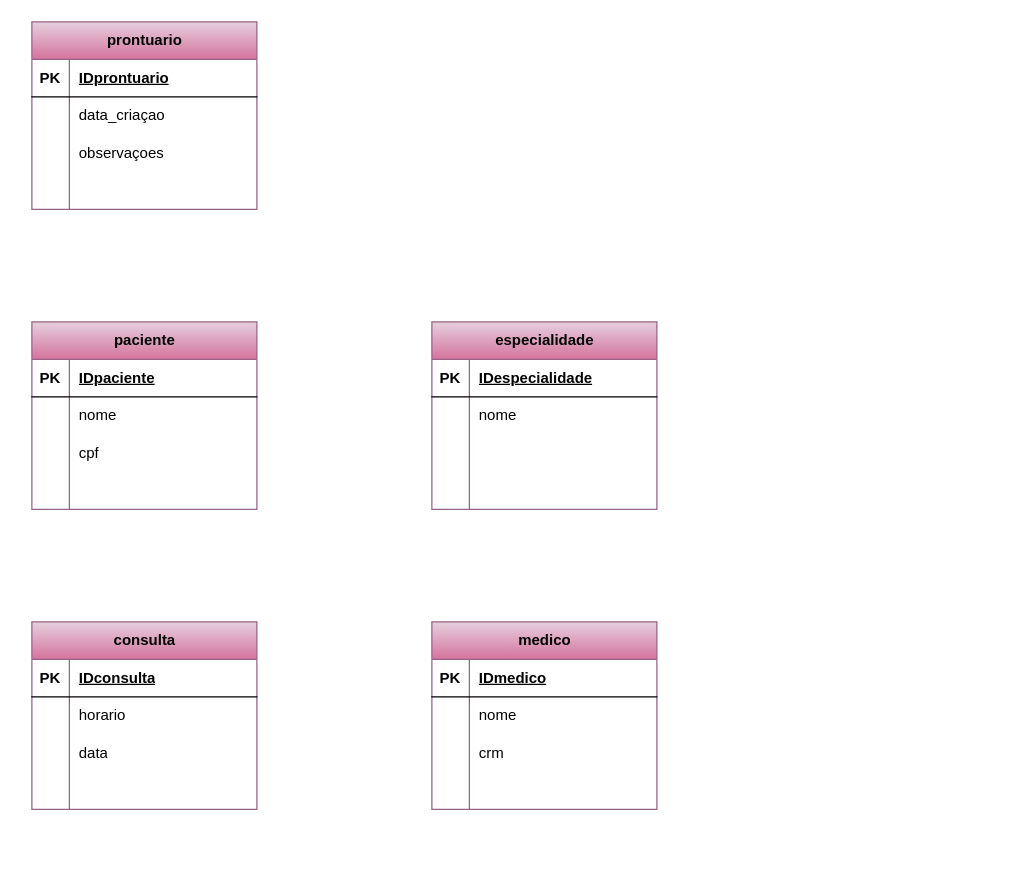
gigifggbgv/3d.bd keeps this draw.io diagram as der3b.drawio. Above is the earlier version. Source tidied: cells renumbered, new cells numbered last; positions are measured from the earlier drawing's top-left corner, leaving out a move shared by most shapes. Both pictures are drawn from the tidied source at 125%, with x=0, y=0 at pixel (31, 21).
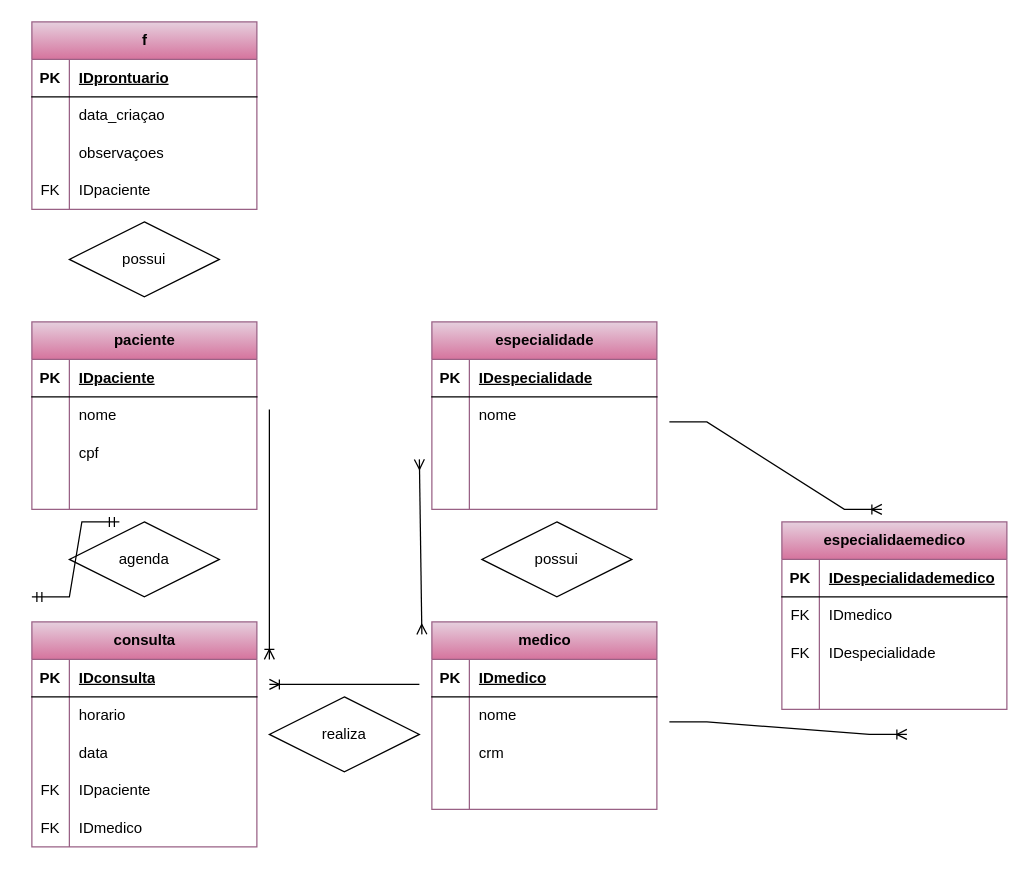
The same page after the edit.

Unchanged cells that the change refers to:
```xml
<mxCell id="12" style="shape=tableRow;horizontal=0;startSize=0;swimlaneHead=0;swimlaneBody=0;fillColor=none;top=0;left=0;right=0;bottom=0;" parent="2" vertex="1">
  <mxGeometry y="120" width="180" height="30" as="geometry" />
</mxCell>
<mxCell id="38" style="shape=tableRow;horizontal=0;startSize=0;swimlaneHead=0;swimlaneBody=0;fillColor=none;top=0;left=0;right=0;bottom=0;" parent="28" vertex="1">
  <mxGeometry y="120" width="180" height="30" as="geometry" />
</mxCell>
```

Change to the diagram source:
```diff
@@
-    <mxCell id="2" value="prontuario" style="shape=table;startSize=30;childLayout=tableLayout;rowLines=0;fontStyle=1;align=center;html=1;fillColor=#e6d0de;gradientColor=#d5739d;strokeColor=#996185;" parent="1" vertex="1">
+    <mxCell id="2" value="f" style="shape=table;startSize=30;childLayout=tableLayout;rowLines=0;fontStyle=1;align=center;html=1;fillColor=#e6d0de;gradientColor=#d5739d;strokeColor=#996185;" parent="1" vertex="1">
       <mxGeometry width="180" height="150" as="geometry" />
     </mxCell>
@@
-    <mxCell id="13" style="shape=partialRectangle;fillColor=none;top=0;left=0;bottom=0;right=0;overflow=hidden;whiteSpace=wrap;html=1;" parent="12" vertex="1">
+    <mxCell id="13" value="FK" style="shape=partialRectangle;fillColor=none;top=0;left=0;bottom=0;right=0;overflow=hidden;whiteSpace=wrap;html=1;" parent="12" vertex="1">
       <mxGeometry width="30" height="30" as="geometry" />
     </mxCell>
-    <mxCell id="14" style="shape=partialRectangle;fillColor=none;top=0;left=0;bottom=0;right=0;align=left;spacingLeft=6;overflow=hidden;whiteSpace=wrap;html=1;" parent="12" vertex="1">
+    <mxCell id="14" value="IDpaciente" style="shape=partialRectangle;fillColor=none;top=0;left=0;bottom=0;right=0;align=left;spacingLeft=6;overflow=hidden;whiteSpace=wrap;html=1;" parent="12" vertex="1">
       <mxGeometry x="30" width="150" height="30" as="geometry" />
     </mxCell>
@@
     <mxCell id="28" value="consulta" style="shape=table;startSize=30;childLayout=tableLayout;rowLines=0;fontStyle=1;align=center;html=1;fillColor=#e6d0de;gradientColor=#d5739d;strokeColor=#996185;" parent="1" vertex="1">
-      <mxGeometry y="480" width="180" height="150" as="geometry" />
+      <mxGeometry y="480" width="180" height="180" as="geometry" />
     </mxCell>
@@
-    <mxCell id="39" style="shape=partialRectangle;fillColor=none;top=0;left=0;bottom=0;right=0;overflow=hidden;whiteSpace=wrap;html=1;" parent="38" vertex="1">
+    <mxCell id="39" value="FK" style="shape=partialRectangle;fillColor=none;top=0;left=0;bottom=0;right=0;overflow=hidden;whiteSpace=wrap;html=1;" parent="38" vertex="1">
       <mxGeometry width="30" height="30" as="geometry" />
     </mxCell>
-    <mxCell id="40" style="shape=partialRectangle;fillColor=none;top=0;left=0;bottom=0;right=0;align=left;spacingLeft=6;overflow=hidden;whiteSpace=wrap;html=1;" parent="38" vertex="1">
+    <mxCell id="40" value="IDpaciente" style="shape=partialRectangle;fillColor=none;top=0;left=0;bottom=0;right=0;align=left;spacingLeft=6;overflow=hidden;whiteSpace=wrap;html=1;" parent="38" vertex="1">
       <mxGeometry x="30" width="150" height="30" as="geometry" />
     </mxCell>
+    <mxCell id="67" style="shape=tableRow;horizontal=0;startSize=0;swimlaneHead=0;swimlaneBody=0;fillColor=none;top=0;left=0;right=0;bottom=0;" parent="28" vertex="1">
+      <mxGeometry y="150" width="180" height="30" as="geometry" />
+    </mxCell>
+    <mxCell id="68" value="FK" style="shape=partialRectangle;fillColor=none;top=0;left=0;bottom=0;right=0;overflow=hidden;whiteSpace=wrap;html=1;" parent="67" vertex="1">
+      <mxGeometry width="30" height="30" as="geometry" />
+    </mxCell>
+    <mxCell id="69" value="IDmedico" style="shape=partialRectangle;fillColor=none;top=0;left=0;bottom=0;right=0;align=left;spacingLeft=6;overflow=hidden;whiteSpace=wrap;html=1;" parent="67" vertex="1">
+      <mxGeometry x="30" width="150" height="30" as="geometry" />
+    </mxCell>
@@
+    <mxCell id="70" value="possui" style="shape=rhombus;perimeter=rhombusPerimeter;whiteSpace=wrap;html=1;align=center;" parent="1" vertex="1">
+      <mxGeometry x="30" y="160" width="120" height="60" as="geometry" />
+    </mxCell>
+    <mxCell id="71" value="agenda" style="shape=rhombus;perimeter=rhombusPerimeter;whiteSpace=wrap;html=1;align=center;" parent="1" vertex="1">
+      <mxGeometry x="30" y="400" width="120" height="60" as="geometry" />
+    </mxCell>
+    <mxCell id="72" value="realiza" style="shape=rhombus;perimeter=rhombusPerimeter;whiteSpace=wrap;html=1;align=center;" parent="1" vertex="1">
+      <mxGeometry x="190" y="540" width="120" height="60" as="geometry" />
+    </mxCell>
+    <mxCell id="73" value="possui" style="shape=rhombus;perimeter=rhombusPerimeter;whiteSpace=wrap;html=1;align=center;" parent="1" vertex="1">
+      <mxGeometry x="360" y="400" width="120" height="60" as="geometry" />
+    </mxCell>
+    <mxCell id="74" style="edgeStyle=entityRelationEdgeStyle;fontSize=12;html=1;endArrow=ERmandOne;startArrow=ERmandOne;rounded=0;" parent="1" edge="1">
+      <mxGeometry relative="1" as="geometry">
+        <mxPoint y="460" as="sourcePoint" />
+        <mxPoint x="70" y="400" as="targetPoint" />
+      </mxGeometry>
+    </mxCell>
+    <mxCell id="75" style="fontSize=12;html=1;endArrow=ERoneToMany;rounded=0;edgeStyle=elbowEdgeStyle;elbow=vertical;" parent="1" edge="1">
+      <mxGeometry relative="1" as="geometry">
+        <mxPoint x="190" y="310" as="sourcePoint" />
+        <mxPoint x="190" y="510" as="targetPoint" />
+      </mxGeometry>
+    </mxCell>
+    <mxCell id="76" style="fontSize=12;html=1;endArrow=ERoneToMany;rounded=0;" parent="1" edge="1">
+      <mxGeometry relative="1" as="geometry">
+        <mxPoint x="310" y="530" as="sourcePoint" />
+        <mxPoint x="190" y="530" as="targetPoint" />
+      </mxGeometry>
+    </mxCell>
+    <mxCell id="77" style="fontSize=12;html=1;endArrow=ERmany;startArrow=ERmany;rounded=0;" parent="1" edge="1">
+      <mxGeometry relative="1" as="geometry">
+        <mxPoint x="312" y="490" as="sourcePoint" />
+        <mxPoint x="310" y="350" as="targetPoint" />
+      </mxGeometry>
+    </mxCell>
+    <mxCell id="78" value="especialidaemedico" style="shape=table;startSize=30;childLayout=tableLayout;rowLines=0;fontStyle=1;align=center;html=1;fillColor=#e6d0de;gradientColor=#d5739d;strokeColor=#996185;" parent="1" vertex="1">
+      <mxGeometry x="600" y="400" width="180" height="150" as="geometry" />
+    </mxCell>
+    <mxCell id="79" style="shape=tableRow;horizontal=0;startSize=0;swimlaneHead=0;swimlaneBody=0;fillColor=none;top=0;left=0;right=0;bottom=1;" parent="78" vertex="1">
+      <mxGeometry y="30" width="180" height="30" as="geometry" />
+    </mxCell>
+    <mxCell id="80" value="PK" style="shape=partialRectangle;fillColor=none;top=0;left=0;bottom=0;right=0;fontStyle=1;overflow=hidden;whiteSpace=wrap;html=1;" parent="79" vertex="1">
+      <mxGeometry width="30" height="30" as="geometry" />
+    </mxCell>
+    <mxCell id="81" value="IDespecialidademedico" style="shape=partialRectangle;fillColor=none;top=0;left=0;bottom=0;right=0;align=left;spacingLeft=6;fontStyle=5;overflow=hidden;whiteSpace=wrap;html=1;" parent="79" vertex="1">
+      <mxGeometry x="30" width="150" height="30" as="geometry" />
+    </mxCell>
+    <mxCell id="82" style="shape=tableRow;horizontal=0;startSize=0;swimlaneHead=0;swimlaneBody=0;fillColor=none;top=0;left=0;right=0;bottom=0;" parent="78" vertex="1">
+      <mxGeometry y="60" width="180" height="30" as="geometry" />
+    </mxCell>
+    <mxCell id="83" value="FK" style="shape=partialRectangle;fillColor=none;top=0;left=0;bottom=0;right=0;overflow=hidden;whiteSpace=wrap;html=1;" parent="82" vertex="1">
+      <mxGeometry width="30" height="30" as="geometry" />
+    </mxCell>
+    <mxCell id="84" value="IDmedico" style="shape=partialRectangle;fillColor=none;top=0;left=0;bottom=0;right=0;align=left;spacingLeft=6;overflow=hidden;whiteSpace=wrap;html=1;" parent="82" vertex="1">
+      <mxGeometry x="30" width="150" height="30" as="geometry" />
+    </mxCell>
+    <mxCell id="85" style="shape=tableRow;horizontal=0;startSize=0;swimlaneHead=0;swimlaneBody=0;fillColor=none;top=0;left=0;right=0;bottom=0;" parent="78" vertex="1">
+      <mxGeometry y="90" width="180" height="30" as="geometry" />
+    </mxCell>
+    <mxCell id="86" value="FK" style="shape=partialRectangle;fillColor=none;top=0;left=0;bottom=0;right=0;overflow=hidden;whiteSpace=wrap;html=1;" parent="85" vertex="1">
+      <mxGeometry width="30" height="30" as="geometry" />
+    </mxCell>
+    <mxCell id="87" value="IDespecialidade" style="shape=partialRectangle;fillColor=none;top=0;left=0;bottom=0;right=0;align=left;spacingLeft=6;overflow=hidden;whiteSpace=wrap;html=1;" parent="85" vertex="1">
+      <mxGeometry x="30" width="150" height="30" as="geometry" />
+    </mxCell>
+    <mxCell id="88" style="shape=tableRow;horizontal=0;startSize=0;swimlaneHead=0;swimlaneBody=0;fillColor=none;top=0;left=0;right=0;bottom=0;" parent="78" vertex="1">
+      <mxGeometry y="120" width="180" height="30" as="geometry" />
+    </mxCell>
+    <mxCell id="89" style="shape=partialRectangle;fillColor=none;top=0;left=0;bottom=0;right=0;overflow=hidden;whiteSpace=wrap;html=1;" parent="88" vertex="1">
+      <mxGeometry width="30" height="30" as="geometry" />
+    </mxCell>
+    <mxCell id="90" style="shape=partialRectangle;fillColor=none;top=0;left=0;bottom=0;right=0;align=left;spacingLeft=6;overflow=hidden;whiteSpace=wrap;html=1;" parent="88" vertex="1">
+      <mxGeometry x="30" width="150" height="30" as="geometry" />
+    </mxCell>
+    <mxCell id="91" style="edgeStyle=entityRelationEdgeStyle;fontSize=12;html=1;endArrow=ERoneToMany;rounded=0;" parent="1" edge="1">
+      <mxGeometry relative="1" as="geometry">
+        <mxPoint x="510" y="320" as="sourcePoint" />
+        <mxPoint x="680" y="390" as="targetPoint" />
+      </mxGeometry>
+    </mxCell>
+    <mxCell id="92" style="edgeStyle=entityRelationEdgeStyle;fontSize=12;html=1;endArrow=ERoneToMany;rounded=0;" parent="1" edge="1">
+      <mxGeometry relative="1" as="geometry">
+        <mxPoint x="510" y="560" as="sourcePoint" />
+        <mxPoint x="700" y="570" as="targetPoint" />
+      </mxGeometry>
+    </mxCell>
```
